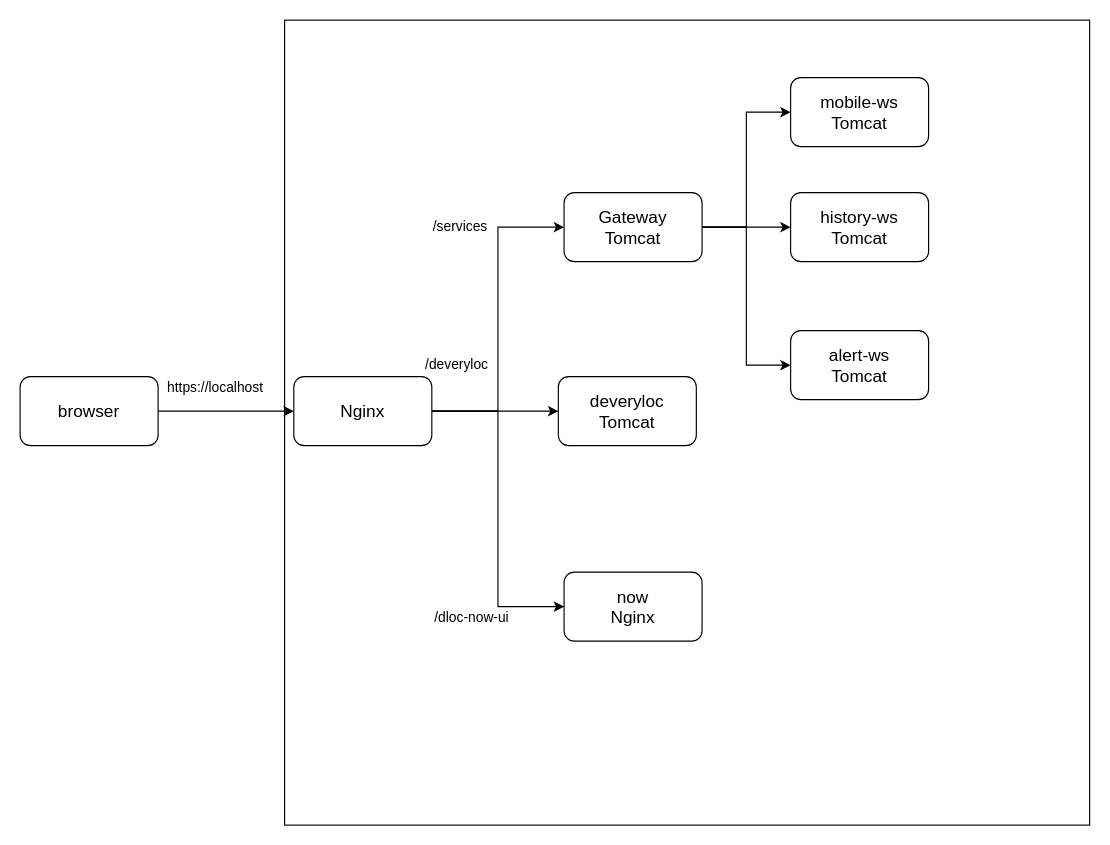
phquoc25/diagram keeps this draw.io diagram as nginx_load_balancer.drawio. Above is the earlier version. Source tidied: cells renumbered, new cells numbered last; positions are measured from the earlier drawing's top-left corner, leaving out a move shared by most shapes. Both pictures are drawn from the tidied source at 115%, with x=0, y=0 at pixel (20, 20).
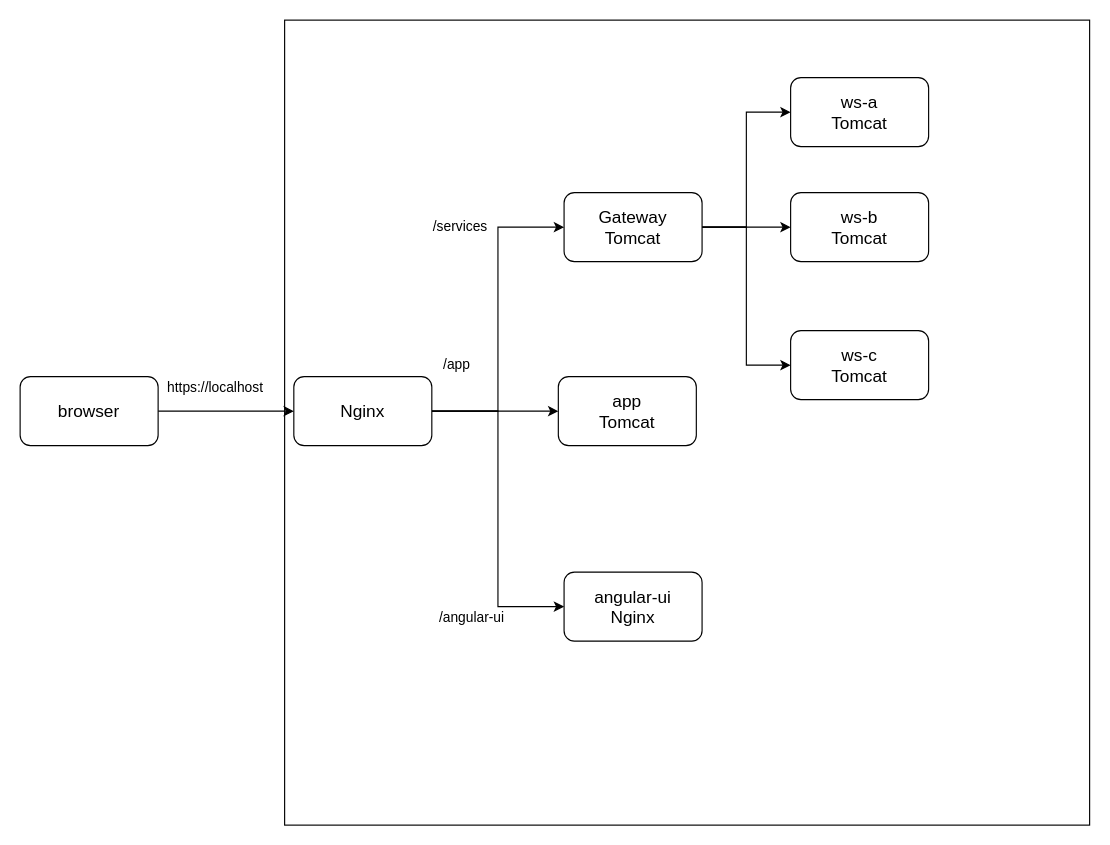
After the change.

Change to the diagram source:
```diff
@@
-    <mxCell id="11" value="deveryloc&lt;br&gt;Tomcat" style="rounded=1;whiteSpace=wrap;html=1;fontSize=15;" parent="1" vertex="1">
+    <mxCell id="11" value="app&lt;br&gt;Tomcat" style="rounded=1;whiteSpace=wrap;html=1;fontSize=15;" parent="1" vertex="1">
       <mxGeometry x="468" y="310" width="120" height="60" as="geometry" />
     </mxCell>
-    <mxCell id="12" value="now&lt;br&gt;Nginx" style="rounded=1;whiteSpace=wrap;html=1;fontSize=15;" parent="1" vertex="1">
+    <mxCell id="12" value="angular-ui&lt;br&gt;Nginx" style="rounded=1;whiteSpace=wrap;html=1;fontSize=15;" parent="1" vertex="1">
       <mxGeometry x="473" y="480" width="120" height="60" as="geometry" />
     </mxCell>
@@
-    <mxCell id="16" value="/dloc-now-ui" style="text;html=1;strokeColor=none;fillColor=none;align=center;verticalAlign=middle;whiteSpace=wrap;rounded=0;rotation=0;" parent="1" vertex="1">
+    <mxCell id="16" value="/angular-ui" style="text;html=1;strokeColor=none;fillColor=none;align=center;verticalAlign=middle;whiteSpace=wrap;rounded=0;rotation=0;" parent="1" vertex="1">
       <mxGeometry x="313" y="510" width="160" height="20" as="geometry" />
     </mxCell>
@@
-    <mxCell id="18" value="/deveryloc" style="text;html=1;strokeColor=none;fillColor=none;align=center;verticalAlign=middle;whiteSpace=wrap;rounded=0;rotation=0;" parent="1" vertex="1">
+    <mxCell id="18" value="/app" style="text;html=1;strokeColor=none;fillColor=none;align=center;verticalAlign=middle;whiteSpace=wrap;rounded=0;rotation=0;" parent="1" vertex="1">
       <mxGeometry x="300" y="290" width="160" height="20" as="geometry" />
     </mxCell>
-    <mxCell id="19" value="mobile-ws&lt;br&gt;Tomcat" style="rounded=1;whiteSpace=wrap;html=1;fontSize=15;" parent="1" vertex="1">
+    <mxCell id="19" value="ws-a&lt;br&gt;Tomcat" style="rounded=1;whiteSpace=wrap;html=1;fontSize=15;" parent="1" vertex="1">
       <mxGeometry x="670" y="50" width="120" height="60" as="geometry" />
     </mxCell>
-    <mxCell id="20" value="history-ws&lt;br&gt;Tomcat" style="rounded=1;whiteSpace=wrap;html=1;fontSize=15;" parent="1" vertex="1">
+    <mxCell id="20" value="ws-b&lt;br&gt;Tomcat" style="rounded=1;whiteSpace=wrap;html=1;fontSize=15;" parent="1" vertex="1">
       <mxGeometry x="670" y="150" width="120" height="60" as="geometry" />
     </mxCell>
-    <mxCell id="21" value="alert-ws&lt;br&gt;Tomcat" style="rounded=1;whiteSpace=wrap;html=1;fontSize=15;" parent="1" vertex="1">
+    <mxCell id="21" value="ws-c&lt;br&gt;Tomcat" style="rounded=1;whiteSpace=wrap;html=1;fontSize=15;" parent="1" vertex="1">
       <mxGeometry x="670" y="270" width="120" height="60" as="geometry" />
     </mxCell>
```
